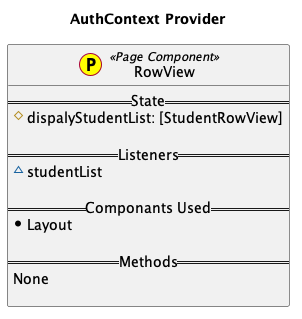
The PlantUML diagram entry_system_website/UML_Diagrams/Pages/RowView.png in grid-rider/Computer_Science_IA_EntrySystem_Website, before a commit.
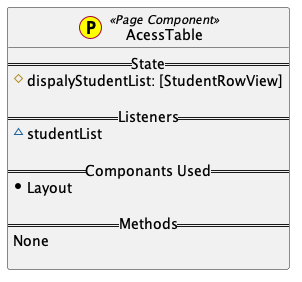
The same diagram one commit later.

Diff of the diagram source:
```diff
@@ -1,7 +1,6 @@
 @startuml
-title AuthContext Provider
 
-class RowView << (P,yellow) Page Component>> {
+class AcessTable << (P,yellow) Page Component>> {
     == State ==
      #dispalyStudentList: [StudentRowView]
 
```
